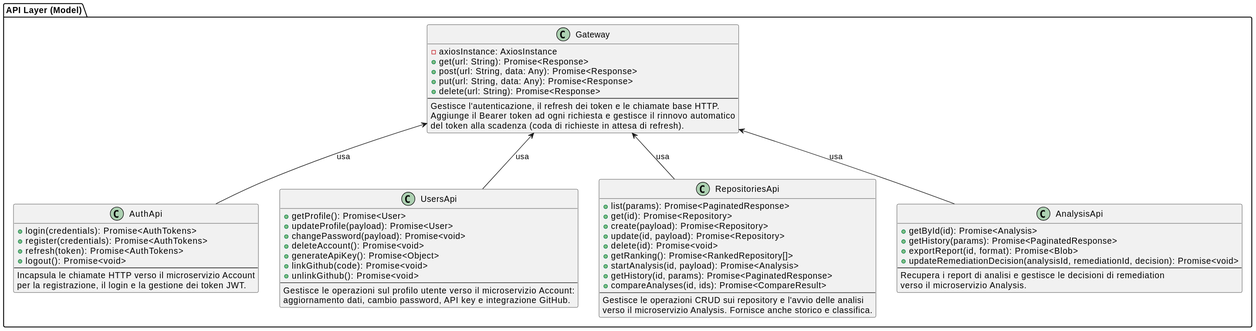
This is assets/st_diagrams/svg/api_layer.svg from SkarabGroup/DocumentazioneProgetto, a PlantUML export, as it was before one commit.
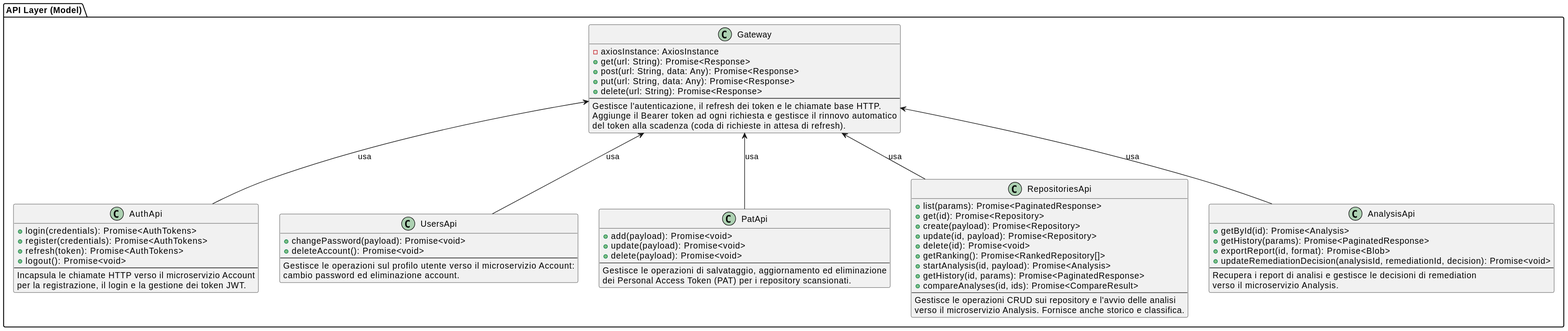
After the change.

What changed in the source:
```diff
@@ -20,15 +20,18 @@
   }
 
   class UsersApi {
-    + getProfile(): Promise<User>
-    + updateProfile(payload): Promise<User>
     + changePassword(payload): Promise<void>
     + deleteAccount(): Promise<void>
-    + generateApiKey(): Promise<Object>
-    + linkGithub(code): Promise<void>
-    + unlinkGithub(): Promise<void>
     --
-    Gestisce le operazioni sul profilo utente verso il microservizio Account:\naggiornamento dati, cambio password, API key e integrazione GitHub.
+    Gestisce le operazioni sul profilo utente verso il microservizio Account:\ncambio password ed eliminazione account.
+  }
+
+  class PatApi {
+    + add(payload): Promise<void>
+    + update(payload): Promise<void>
+    + delete(payload): Promise<void>
+    --
+    Gestisce le operazioni di salvataggio, aggiornamento ed eliminazione\ndei Personal Access Token (PAT) per i repository scansionati.
   }
 
   class RepositoriesApi {
@@ -56,6 +59,7 @@
 
   Gateway <-- AuthApi : usa
   Gateway <-- UsersApi : usa
+  Gateway <-- PatApi : usa
   Gateway <-- RepositoriesApi : usa
   Gateway <-- AnalysisApi : usa
 }
```
